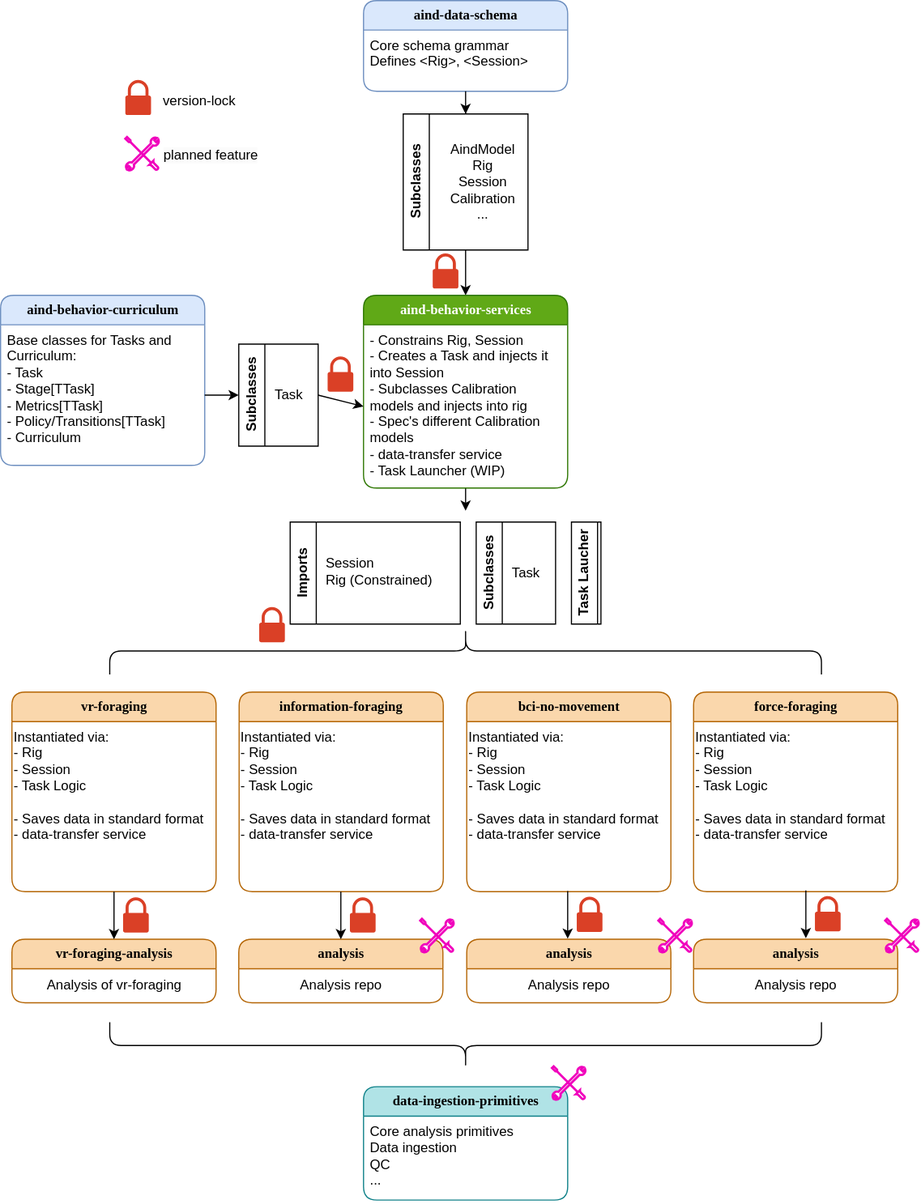
Above: assets/dependency_tree.drawio.svg in AllenNeuralDynamics/aind-behavior-rig-calibration (draw.io), before the change. Source tidied: cells renumbered, new cells last; positions are measured from the earlier drawing's top-left corner, leaving out a move shared by most shapes.
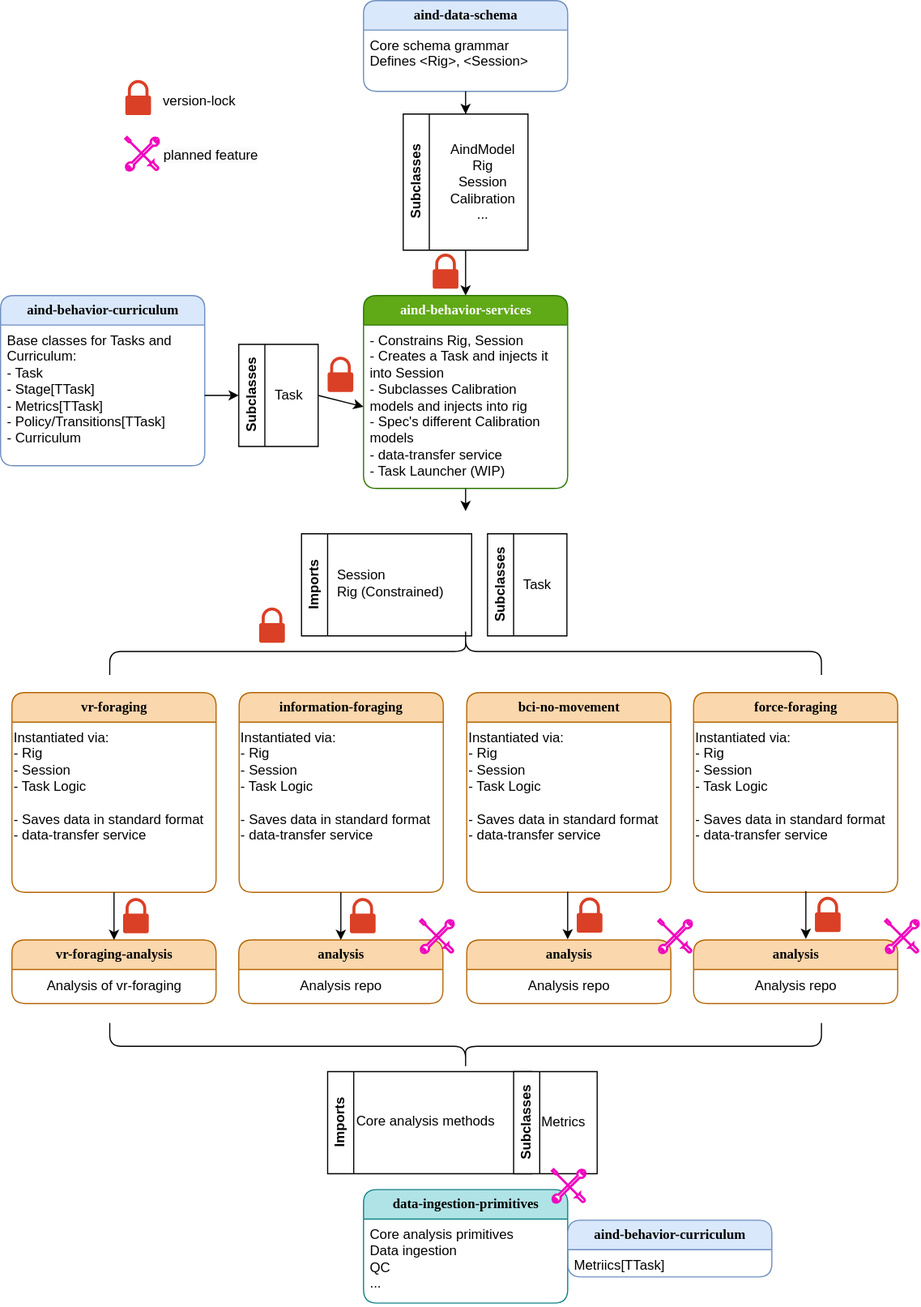
After the change.

Commit message:
Add extra dependencies

Change to the diagram source:
```diff
@@ -65,26 +65,23 @@
       <mxGeometry x="20" y="4" width="90" height="30" as="geometry" />
     </mxCell>
     <mxCell id="22" style="group;" parent="1" vertex="1">
-      <mxGeometry x="255.3" y="460" width="274" height="90" as="geometry" />
+      <mxGeometry x="288.4" y="944" width="274" height="90" as="geometry" />
     </mxCell>
     <mxCell id="23" style="group;" parent="22" vertex="1">
-      <mxGeometry width="234" height="90" as="geometry" />
+      <mxGeometry width="237.7" height="90" as="geometry" />
     </mxCell>
     <mxCell id="24" value="Imports" style="swimlane;horizontal=0;whiteSpace=wrap;html=1;startSize=23;" parent="23" vertex="1">
-      <mxGeometry width="150" height="90" as="geometry" />
+      <mxGeometry width="180" height="90" as="geometry" />
     </mxCell>
-    <mxCell id="25" value="Session&lt;div&gt;Rig (Constrained)&lt;/div&gt;" style="text;html=1;align=left;verticalAlign=middle;strokeColor=none;fillColor=none;" parent="24" vertex="1">
-      <mxGeometry x="30" y="24" width="120" height="40" as="geometry" />
+    <mxCell id="25" value="Core analysis methods" style="text;html=1;align=left;verticalAlign=middle;strokeColor=none;fillColor=none;" parent="24" vertex="1">
+      <mxGeometry x="24" y="29" width="150" height="30" as="geometry" />
     </mxCell>
     <mxCell id="26" value="Subclasses" style="swimlane;horizontal=0;whiteSpace=wrap;html=1;" parent="23" vertex="1">
-      <mxGeometry x="164" width="70" height="90" as="geometry" />
+      <mxGeometry x="164" width="73.7" height="90" as="geometry" />
     </mxCell>
-    <mxCell id="27" value="Task" style="text;html=1;align=center;verticalAlign=middle;strokeColor=none;fillColor=none;" parent="26" vertex="1">
-      <mxGeometry x="18.6" y="30" width="50" height="30" as="geometry" />
+    <mxCell id="27" value="Metrics" style="text;html=1;align=center;verticalAlign=middle;strokeColor=none;fillColor=none;" parent="26" vertex="1">
+      <mxGeometry x="13.6" y="30" width="60" height="30" as="geometry" />
     </mxCell>
-    <mxCell id="28" value="Task Laucher" style="swimlane;horizontal=0;whiteSpace=wrap;html=1;" parent="22" vertex="1">
-      <mxGeometry x="248" width="26" height="90" as="geometry" />
-    </mxCell>
     <mxCell id="29" style="group;" parent="1" vertex="1">
       <mxGeometry x="10" y="610" width="781" height="176" as="geometry" />
     </mxCell>
@@ -122,7 +119,7 @@
       <mxGeometry y="26" width="180" height="30" as="geometry" />
     </mxCell>
     <mxCell id="41" value="data-ingestion-primitives" style="swimlane;fontStyle=1;horizontal=1;startSize=26;fillColor=#b0e3e6;html=1;strokeColor=#0e8088;strokeWidth=1;rounded=1;shadow=0;glass=0;fontFamily=Tahoma;fontSize=12;align=center;" parent="1" vertex="1">
-      <mxGeometry x="320" y="958" width="180" height="100" as="geometry" />
+      <mxGeometry x="320" y="1048" width="180" height="100" as="geometry" />
     </mxCell>
     <mxCell id="42" value="Core analysis primitives&lt;div&gt;Data ingestion&lt;/div&gt;&lt;div&gt;QC&lt;/div&gt;&lt;div&gt;...&lt;/div&gt;" style="text;strokeColor=none;fillColor=none;align=left;verticalAlign=top;spacingLeft=4;spacingRight=4;overflow=hidden;whiteSpace=wrap;html=1;" parent="41" vertex="1">
       <mxGeometry y="26" width="180" height="74" as="geometry" />
@@ -161,7 +158,7 @@
       <mxGeometry x="370" y="810" width="29.7" height="29.7" as="geometry" />
     </mxCell>
     <mxCell id="54" style="html=1;verticalLabelPosition=bottom;align=center;labelBackgroundColor=#ffffff;verticalAlign=top;strokeWidth=2;strokeColor=#f000bc;shadow=0;dashed=0;shape=mxgraph.ios7.icons.tools;" parent="1" vertex="1">
-      <mxGeometry x="486.1" y="940" width="29.7" height="29.7" as="geometry" />
+      <mxGeometry x="486.1" y="1030" width="29.7" height="29.7" as="geometry" />
     </mxCell>
     <mxCell id="55" style="html=1;verticalLabelPosition=bottom;align=center;labelBackgroundColor=#ffffff;verticalAlign=top;strokeWidth=2;strokeColor=#f000bc;shadow=0;dashed=0;shape=mxgraph.ios7.icons.tools;" parent="1" vertex="1">
       <mxGeometry x="580" y="810" width="29.7" height="29.7" as="geometry" />
@@ -202,5 +199,26 @@
     <mxCell id="64" value="&lt;span style=&quot;color: rgb(0, 0, 0); font-family: Helvetica; font-size: 12px; font-style: normal; font-variant-ligatures: normal; font-variant-caps: normal; font-weight: 400; letter-spacing: normal; orphans: 2; text-align: center; text-indent: 0px; text-transform: none; widows: 2; word-spacing: 0px; -webkit-text-stroke-width: 0px; white-space: nowrap; background-color: rgb(251, 251, 251); text-decoration-thickness: initial; text-decoration-style: initial; text-decoration-color: initial; display: inline !important; float: none;&quot;&gt;planned feature&lt;/span&gt;" style="text;whiteSpace=wrap;html=1;" parent="1" vertex="1">
       <mxGeometry x="141.7" y="123.3" width="100" height="40" as="geometry" />
     </mxCell>
+    <mxCell id="65" style="group;" parent="1" vertex="1">
+      <mxGeometry x="265.3" y="470" width="234" height="90" as="geometry" />
+    </mxCell>
+    <mxCell id="66" value="Imports" style="swimlane;horizontal=0;whiteSpace=wrap;html=1;startSize=23;" parent="65" vertex="1">
+      <mxGeometry width="150" height="90" as="geometry" />
+    </mxCell>
+    <mxCell id="67" value="Session&lt;div&gt;Rig (Constrained)&lt;/div&gt;" style="text;html=1;align=left;verticalAlign=middle;strokeColor=none;fillColor=none;" parent="66" vertex="1">
+      <mxGeometry x="30" y="24" width="120" height="40" as="geometry" />
+    </mxCell>
+    <mxCell id="68" value="Subclasses" style="swimlane;horizontal=0;whiteSpace=wrap;html=1;" parent="65" vertex="1">
+      <mxGeometry x="164" width="70" height="90" as="geometry" />
+    </mxCell>
+    <mxCell id="69" value="Task" style="text;html=1;align=center;verticalAlign=middle;strokeColor=none;fillColor=none;" parent="68" vertex="1">
+      <mxGeometry x="18.6" y="30" width="50" height="30" as="geometry" />
+    </mxCell>
+    <mxCell id="70" value="aind-behavior-curriculum" style="swimlane;fontStyle=1;horizontal=1;startSize=26;fillColor=#dae8fc;html=1;strokeColor=#6c8ebf;strokeWidth=1;rounded=1;shadow=0;glass=0;fontFamily=Tahoma;fontSize=12;align=center;" parent="1" vertex="1">
+      <mxGeometry x="500" y="1075" width="180" height="50" as="geometry" />
+    </mxCell>
+    <mxCell id="71" value="&lt;div&gt;&lt;div&gt;&lt;div&gt;Metriics[TTask]&lt;/div&gt;&lt;/div&gt;&lt;/div&gt;" style="text;strokeColor=none;fillColor=none;align=left;verticalAlign=top;spacingLeft=4;spacingRight=4;overflow=hidden;whiteSpace=wrap;html=1;imageWidth=46;" parent="70" vertex="1">
+      <mxGeometry y="26" width="180" height="24" as="geometry" />
+    </mxCell>
   </root>
 </mxGraphModel>
```
